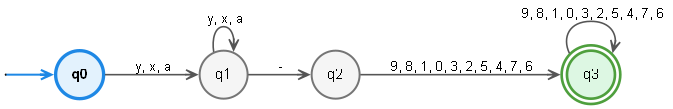
This is files/dfa.png from felipenegretevela-ui/implemetaci-n-de-m-todos, a Graphviz export, as it was before one commit. Its source is kept beside it as files/dfa.dot.
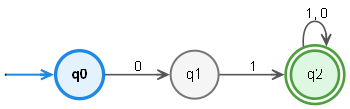
Above is the later version.

Diff of the diagram source:
```diff
@@ -6,13 +6,10 @@
   qi [shape=point, width=0];
   "q0" [shape=circle, style=filled, fillcolor="#E3F2FD", color="#1E88E5", penwidth=2.5, fontname="Helvetica-Bold"];
   "q1" [shape=circle, style=filled, fillcolor="#F5F5F5", color="#757575", penwidth=1.5, fontname="Helvetica"];
-  "q2" [shape=circle, style=filled, fillcolor="#F5F5F5", color="#757575", penwidth=1.5, fontname="Helvetica"];
-  "q3" [shape=doublecircle, style=filled, fillcolor="#DDF7E3", color="#4E9F3D", penwidth=2, fontname="Helvetica"];
+  "q2" [shape=doublecircle, style=filled, fillcolor="#DDF7E3", color="#4E9F3D", penwidth=2, fontname="Helvetica"];
 
   qi -> "q0" [color="#1E88E5", penwidth=1.5];
-  "q0" -> "q1" [label="  y, x, a ", fontname="Helvetica", fontsize=10, color="#555555", penwidth=1.2];
-  "q2" -> "q3" [label="  9, 8, 1, 0, 3, 2, 5, 4, 7, 6 ", fontname="Helvetica", fontsize=10, color="#555555", penwidth=1.2];
-  "q1" -> "q2" [label="  - ", fontname="Helvetica", fontsize=10, color="#555555", penwidth=1.2];
-  "q3" -> "q3" [label="  9, 8, 1, 0, 3, 2, 5, 4, 7, 6 ", fontname="Helvetica", fontsize=10, color="#555555", penwidth=1.2];
-  "q1" -> "q1" [label="  y, x, a ", fontname="Helvetica", fontsize=10, color="#555555", penwidth=1.2];
+  "q0" -> "q1" [label="  0 ", fontname="Helvetica", fontsize=10, color="#555555", penwidth=1.2];
+  "q2" -> "q2" [label="  1, 0 ", fontname="Helvetica", fontsize=10, color="#555555", penwidth=1.2];
+  "q1" -> "q2" [label="  1 ", fontname="Helvetica", fontsize=10, color="#555555", penwidth=1.2];
 }
```
